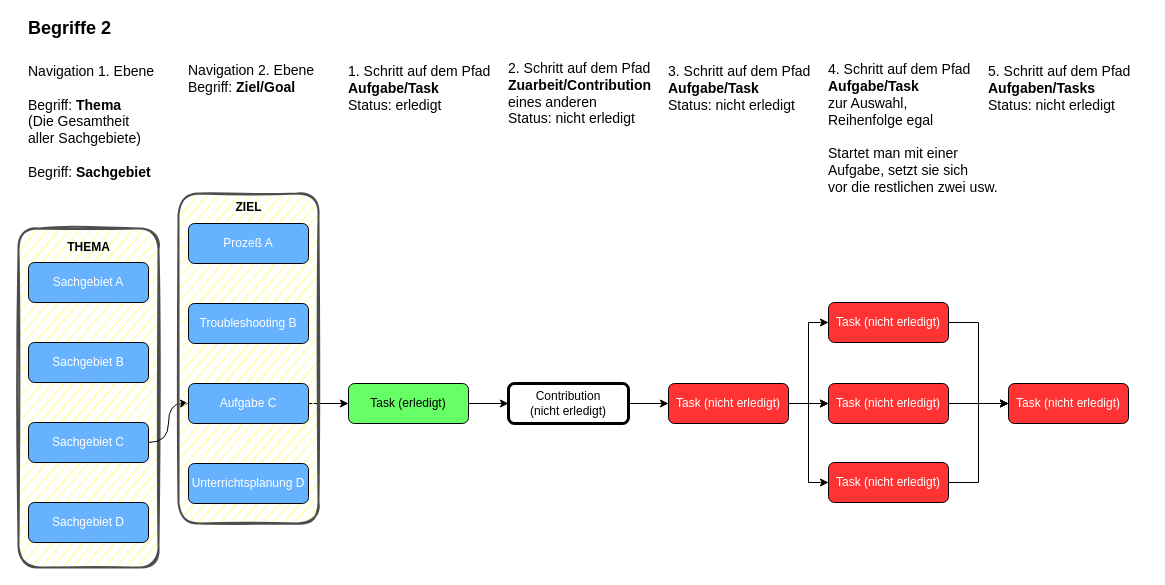
Earlier version of the draw.io diagram documentation/source/cs-begriffe-02.drawio (petersell/cardstepper). Source tidied: cells renumbered, new cells numbered last; positions are measured from the earlier drawing's top-left corner, leaving out a move shared by most shapes. Both pictures are drawn from the tidied source at 100%, with x=0, y=0 at pixel (18, 18).
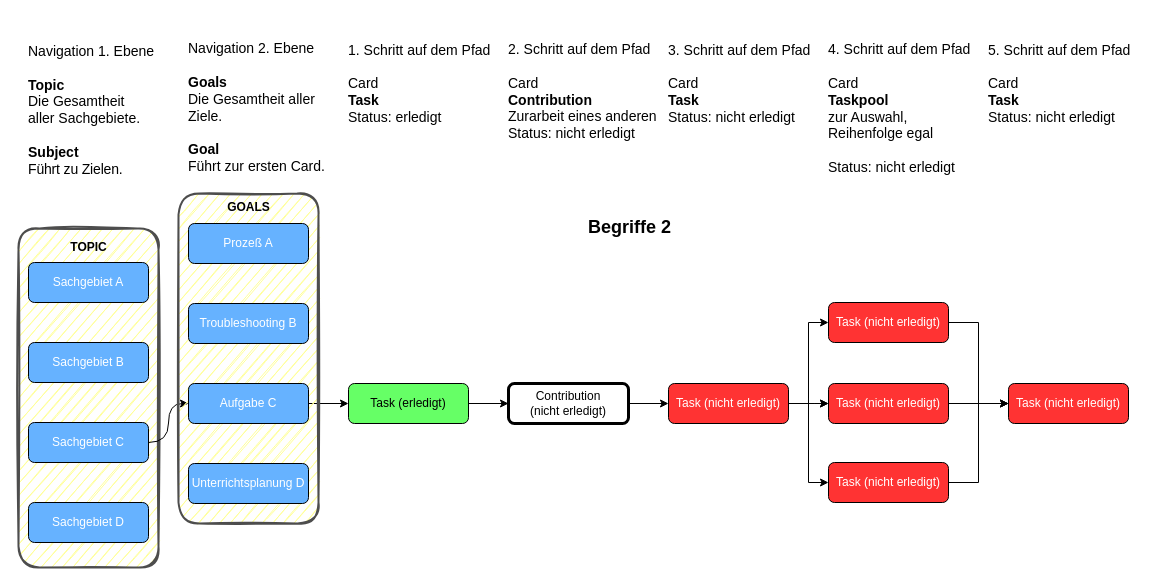
The same page after the edit.

The change refers to these unchanged cells:
```xml
<mxCell id="23" style="group;" parent="1" vertex="1">
  <mxGeometry x="170" y="205" width="140" height="300" as="geometry" />
</mxCell>
```

The edit, as a diff of the source:
```diff
@@
-    <mxCell id="4" value="Navigation 1. Ebene&lt;br style=&quot;font-size: 14px&quot;&gt;&lt;br&gt;Begriff: &lt;b&gt;Thema&lt;/b&gt;&lt;br&gt;(Die Gesamtheit&lt;br&gt;aller Sachgebiete)&lt;br&gt;&lt;br&gt;Begriff: &lt;b&gt;Sachgebiet&lt;/b&gt;" style="text;html=1;align=left;verticalAlign=top;fontSize=14;spacingTop=0;spacing=0;labelPosition=center;verticalLabelPosition=middle;noLabel=0;imageWidth=15;imageAspect=0;overflow=visible;" parent="1" vertex="1">
-      <mxGeometry x="10" y="40" width="175" height="150" as="geometry" />
-    </mxCell>
-    <mxCell id="5" value="Navigation 2. Ebene&lt;br style=&quot;font-size: 14px&quot;&gt;Begriff: &lt;b&gt;Ziel/Goal&lt;/b&gt;" style="text;html=1;align=left;verticalAlign=middle;fontSize=14;spacing=0;" parent="1" vertex="1">
-      <mxGeometry x="170" y="40" width="140" height="40" as="geometry" />
-    </mxCell>
@@
-    <mxCell id="17" value="1. Schritt auf dem Pfad&lt;br style=&quot;font-size: 14px&quot;&gt;&lt;b&gt;Aufgabe/Task&lt;/b&gt;&lt;br style=&quot;font-size: 14px&quot;&gt;Status: erledigt" style="text;html=1;align=left;verticalAlign=middle;fontSize=14;spacing=0;" parent="1" vertex="1">
-      <mxGeometry x="330" y="40" width="160" height="60" as="geometry" />
-    </mxCell>
-    <mxCell id="18" value="2. Schritt auf dem Pfad&lt;br style=&quot;font-size: 14px&quot;&gt;&lt;b&gt;Zuarbeit/Contribution&lt;/b&gt;&lt;br style=&quot;font-size: 14px&quot;&gt;eines anderen&lt;br&gt;Status: nicht erledigt" style="text;html=1;align=left;verticalAlign=middle;fontSize=14;spacing=0;" parent="1" vertex="1">
-      <mxGeometry x="490" y="40" width="160" height="70" as="geometry" />
+    <mxCell id="18" value="2. Schritt auf dem Pfad&lt;br&gt;&lt;br&gt;Card&lt;br style=&quot;font-size: 14px&quot;&gt;&lt;b&gt;Contribution&lt;/b&gt;&lt;br style=&quot;font-size: 14px&quot;&gt;Zurarbeit eines anderen&lt;br&gt;Status: nicht erledigt" style="text;html=1;align=left;verticalAlign=middle;fontSize=14;spacing=0;" parent="1" vertex="1">
+      <mxGeometry x="490" y="18" width="160" height="110" as="geometry" />
     </mxCell>
-    <mxCell id="19" value="3. Schritt auf dem Pfad&lt;br style=&quot;font-size: 14px&quot;&gt;&lt;b&gt;Aufgabe/Task&lt;/b&gt;&lt;br style=&quot;font-size: 14px&quot;&gt;Status: nicht erledigt" style="text;html=1;align=left;verticalAlign=middle;fontSize=14;spacing=0;" parent="1" vertex="1">
-      <mxGeometry x="650" y="40" width="160" height="60" as="geometry" />
-    </mxCell>
-    <mxCell id="20" value="4. Schritt auf dem Pfad&lt;br style=&quot;font-size: 14px&quot;&gt;&lt;b&gt;Aufgabe/Task&lt;/b&gt;&lt;br&gt;zur Auswahl,&lt;br&gt;Reihenfolge egal&lt;br&gt;&lt;br&gt;Startet man mit einer&lt;br&gt;Aufgabe, setzt sie sich&lt;br&gt;vor die restlichen zwei usw." style="text;html=1;align=left;verticalAlign=middle;fontSize=14;spacing=0;" parent="1" vertex="1">
-      <mxGeometry x="810" y="40" width="190" height="140" as="geometry" />
+    <mxCell id="20" value="4. Schritt auf dem Pfad&lt;br&gt;&lt;br&gt;Card&lt;br style=&quot;font-size: 14px&quot;&gt;&lt;b&gt;Taskpool&lt;/b&gt;&lt;br&gt;zur Auswahl,&lt;br&gt;Reihenfolge egal&lt;br&gt;&lt;br&gt;Status: nicht erledigt" style="text;html=1;align=left;verticalAlign=middle;fontSize=14;spacing=0;" parent="1" vertex="1">
+      <mxGeometry x="810" y="20" width="160" height="140" as="geometry" />
     </mxCell>
-    <mxCell id="21" value="5. Schritt auf dem Pfad&lt;br style=&quot;font-size: 14px&quot;&gt;&lt;b&gt;Aufgaben/Tasks&lt;/b&gt;&lt;br style=&quot;font-size: 14px&quot;&gt;Status: nicht erledigt" style="text;html=1;align=left;verticalAlign=middle;fontSize=14;spacing=0;" parent="1" vertex="1">
-      <mxGeometry x="970" y="40" width="160" height="60" as="geometry" />
-    </mxCell>
     <mxCell id="22" value="&lt;font style=&quot;font-size: 18px&quot;&gt;&lt;b&gt;Begriffe 2&lt;/b&gt;&lt;/font&gt;" style="text;html=1;align=left;verticalAlign=middle;spacing=0;" parent="1" vertex="1">
-      <mxGeometry x="10" width="100" height="20" as="geometry" />
+      <mxGeometry x="570" y="199" width="100" height="20" as="geometry" />
     </mxCell>
@@
-    <mxCell id="29" value="ZIEL" style="text;html=1;align=center;verticalAlign=middle;fontStyle=1;" parent="23" vertex="1">
-      <mxGeometry x="40" y="-26" width="40" height="20" as="geometry" />
+    <mxCell id="29" value="GOALS" style="text;html=1;align=center;verticalAlign=middle;fontStyle=1;" parent="23" vertex="1">
+      <mxGeometry x="30" y="-26" width="60" height="20" as="geometry" />
     </mxCell>
@@
-    <mxCell id="34" value="THEMA" style="text;html=1;align=center;verticalAlign=middle;fontStyle=1;" parent="1" vertex="1">
-      <mxGeometry x="40" y="219" width="60" height="20" as="geometry" />
+    <mxCell id="34" value="TOPIC" style="text;html=1;align=center;verticalAlign=middle;fontStyle=1;" parent="1" vertex="1">
+      <mxGeometry x="45" y="219" width="50" height="20" as="geometry" />
     </mxCell>
@@
+    <mxCell id="41" value="Navigation 1. Ebene&lt;br style=&quot;font-size: 14px&quot;&gt;&lt;br&gt;&lt;b&gt;Topic&lt;/b&gt;&lt;br&gt;Die Gesamtheit&lt;br&gt;aller Sachgebiete.&lt;br&gt;&lt;br&gt;&lt;b&gt;Subject&lt;br&gt;&lt;/b&gt;&lt;span style=&quot;letter-spacing: -0.17px&quot;&gt;&lt;font style=&quot;font-size: 14px&quot;&gt;Führt zu Zielen.&lt;/font&gt;&lt;/span&gt;&lt;b&gt;&lt;br&gt;&lt;/b&gt;" style="text;html=1;align=left;verticalAlign=top;fontSize=14;spacingTop=0;spacing=0;labelPosition=center;verticalLabelPosition=middle;noLabel=0;imageWidth=24;imageAspect=0;overflow=visible;fillColor=#ffffff;opacity=0;" parent="1" vertex="1">
+      <mxGeometry x="10" y="20" width="175" height="150" as="geometry" />
+    </mxCell>
+    <mxCell id="42" value="Navigation 2. Ebene&lt;br style=&quot;font-size: 14px&quot;&gt;&lt;b&gt;&lt;br&gt;Goals&lt;/b&gt;&lt;br&gt;Die Gesamtheit aller&lt;br&gt;Ziele.&lt;br&gt;&lt;br&gt;&lt;b&gt;Goal&lt;/b&gt;&lt;br&gt;Führt zur ersten Card." style="text;html=1;align=left;verticalAlign=middle;fontSize=14;spacing=0;" parent="1" vertex="1">
+      <mxGeometry x="170" y="19" width="150" height="140" as="geometry" />
+    </mxCell>
+    <mxCell id="43" value="1. Schritt auf dem Pfad&lt;br&gt;&lt;br&gt;Card&lt;br style=&quot;font-size: 14px&quot;&gt;&lt;b&gt;Task&lt;/b&gt;&lt;br style=&quot;font-size: 14px&quot;&gt;Status: erledigt" style="text;html=1;align=left;verticalAlign=middle;fontSize=14;spacing=0;" parent="1" vertex="1">
+      <mxGeometry x="330" y="20" width="160" height="90" as="geometry" />
+    </mxCell>
+    <mxCell id="44" value="3. Schritt auf dem Pfad&lt;br&gt;&lt;br&gt;Card&lt;br style=&quot;font-size: 14px&quot;&gt;&lt;b&gt;Task&lt;/b&gt;&lt;br style=&quot;font-size: 14px&quot;&gt;Status: nicht erledigt" style="text;html=1;align=left;verticalAlign=middle;fontSize=14;spacing=0;" parent="1" vertex="1">
+      <mxGeometry x="650" y="20" width="160" height="90" as="geometry" />
+    </mxCell>
+    <mxCell id="45" value="5. Schritt auf dem Pfad&lt;br&gt;&lt;br&gt;Card&lt;br style=&quot;font-size: 14px&quot;&gt;&lt;b&gt;Task&lt;/b&gt;&lt;br style=&quot;font-size: 14px&quot;&gt;Status: nicht erledigt" style="text;html=1;align=left;verticalAlign=middle;fontSize=14;spacing=0;" parent="1" vertex="1">
+      <mxGeometry x="970" y="20" width="160" height="90" as="geometry" />
+    </mxCell>
```
